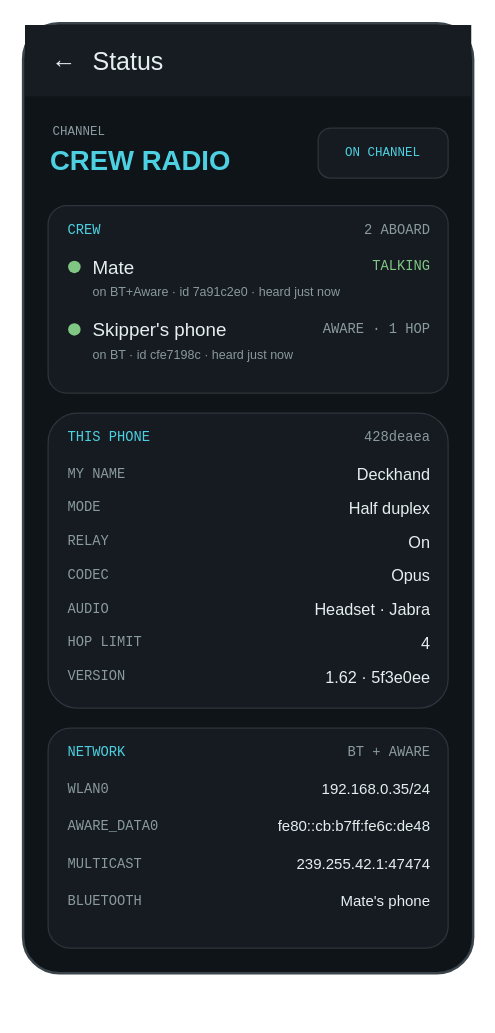
This is docs/diagrams/screen-status.drawio from KEGustafsson/android-push-to-talk, a draw.io file, before an edit. Source tidied: cells renumbered, new cells numbered last; positions are measured from the earlier drawing's top-left corner, leaving out a move shared by most shapes. Both pictures are drawn from the tidied source at 125%, with x=0, y=0 at pixel (22, 22).
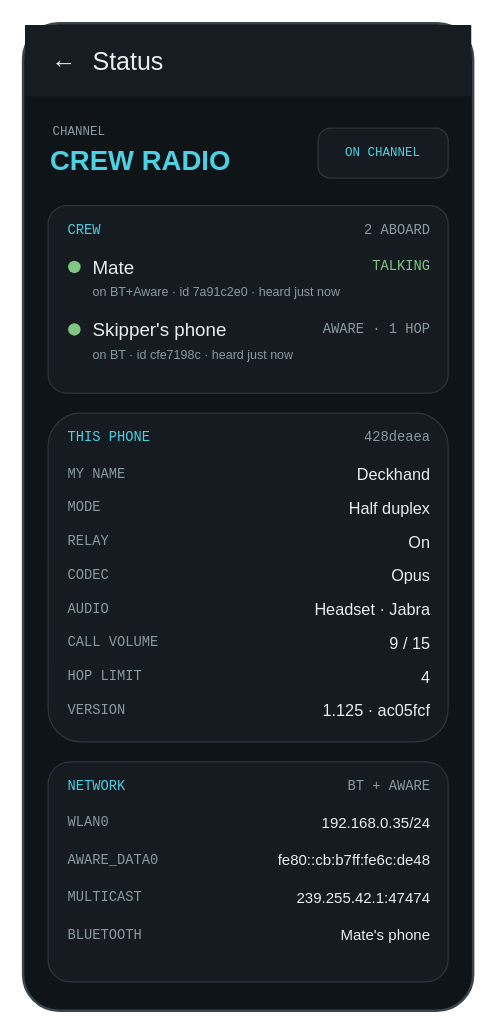
Above is the later version.

Commit message (it also covers changes not shown here):
Docs: the volume row in the headset and Status sections, the Status mock-up gains CALL VOLUME

The edit, as a diff of the source:
```diff
@@
     <mxCell id="2" style="rounded=1;arcSize=8;whiteSpace=wrap;html=1;fillColor=#0F1418;strokeColor=#3A444A;strokeWidth=2;" parent="1" vertex="1">
-      <mxGeometry width="360" height="760" as="geometry" />
+      <mxGeometry width="360" height="790" as="geometry" />
     </mxCell>
@@
     <mxCell id="20" style="rounded=1;arcSize=10;whiteSpace=wrap;html=1;fillColor=#151B20;strokeColor=#2C363C;strokeWidth=1;fontSize=12;fontColor=#E6EEF0;fontFamily=Courier New;" parent="1" vertex="1">
-      <mxGeometry x="20" y="312" width="320" height="236" as="geometry" />
+      <mxGeometry x="20" y="312" width="320" height="263" as="geometry" />
     </mxCell>
@@
-    <mxCell id="33" value="HOP LIMIT" style="text;html=1;whiteSpace=wrap;align=left;verticalAlign=middle;fontSize=11;fontColor=#8A9AA0;fontFamily=Courier New;spacing=0;" parent="1" vertex="1">
+    <mxCell id="33" value="CALL VOLUME" style="text;html=1;whiteSpace=wrap;align=left;verticalAlign=middle;fontSize=11;fontColor=#8A9AA0;fontFamily=Courier New;spacing=0;" parent="1" vertex="1">
       <mxGeometry x="36" y="485" width="120" height="22" as="geometry" />
     </mxCell>
-    <mxCell id="34" value="4" style="text;html=1;whiteSpace=wrap;align=right;verticalAlign=middle;fontSize=13;fontColor=#E6EEF0;fontFamily=Helvetica;spacing=0;" parent="1" vertex="1">
+    <mxCell id="34" value="9 / 15" style="text;html=1;whiteSpace=wrap;align=right;verticalAlign=middle;fontSize=13;fontColor=#E6EEF0;fontFamily=Helvetica;spacing=0;" parent="1" vertex="1">
       <mxGeometry x="150" y="485" width="176" height="22" as="geometry" />
     </mxCell>
-    <mxCell id="35" value="VERSION" style="text;html=1;whiteSpace=wrap;align=left;verticalAlign=middle;fontSize=11;fontColor=#8A9AA0;fontFamily=Courier New;spacing=0;" parent="1" vertex="1">
+    <mxCell id="35" value="HOP LIMIT" style="text;html=1;whiteSpace=wrap;align=left;verticalAlign=middle;fontSize=11;fontColor=#8A9AA0;fontFamily=Courier New;spacing=0;" parent="1" vertex="1">
       <mxGeometry x="36" y="512" width="120" height="22" as="geometry" />
     </mxCell>
-    <mxCell id="36" value="1.62 · 5f3e0ee" style="text;html=1;whiteSpace=wrap;align=right;verticalAlign=middle;fontSize=13;fontColor=#E6EEF0;fontFamily=Helvetica;spacing=0;" parent="1" vertex="1">
+    <mxCell id="36" value="4" style="text;html=1;whiteSpace=wrap;align=right;verticalAlign=middle;fontSize=13;fontColor=#E6EEF0;fontFamily=Helvetica;spacing=0;" parent="1" vertex="1">
       <mxGeometry x="150" y="512" width="176" height="22" as="geometry" />
     </mxCell>
+    <mxCell id="48" value="VERSION" style="text;html=1;whiteSpace=wrap;align=left;verticalAlign=middle;fontSize=11;fontColor=#8A9AA0;fontFamily=Courier New;spacing=0;" parent="1" vertex="1">
+      <mxGeometry x="36" y="539" width="120" height="22" as="geometry" />
+    </mxCell>
+    <mxCell id="49" value="1.125 · ac05fcf" style="text;html=1;whiteSpace=wrap;align=right;verticalAlign=middle;fontSize=13;fontColor=#E6EEF0;fontFamily=Helvetica;spacing=0;" parent="1" vertex="1">
+      <mxGeometry x="150" y="539" width="176" height="22" as="geometry" />
+    </mxCell>
     <mxCell id="37" style="rounded=1;arcSize=10;whiteSpace=wrap;html=1;fillColor=#151B20;strokeColor=#2C363C;strokeWidth=1;fontSize=12;fontColor=#E6EEF0;fontFamily=Courier New;" parent="1" vertex="1">
-      <mxGeometry x="20" y="564" width="320" height="176" as="geometry" />
+      <mxGeometry x="20" y="591" width="320" height="176" as="geometry" />
     </mxCell>
     <mxCell id="38" value="NETWORK" style="text;html=1;whiteSpace=wrap;align=left;verticalAlign=middle;fontSize=11;fontColor=#4DD0E1;fontFamily=Courier New;spacing=0;" parent="1" vertex="1">
-      <mxGeometry x="36" y="574" width="140" height="20" as="geometry" />
+      <mxGeometry x="36" y="601" width="140" height="20" as="geometry" />
     </mxCell>
     <mxCell id="39" value="BT + AWARE" style="text;html=1;whiteSpace=wrap;align=right;verticalAlign=middle;fontSize=11;fontColor=#8A9AA0;fontFamily=Courier New;spacing=0;" parent="1" vertex="1">
-      <mxGeometry x="200" y="574" width="126" height="20" as="geometry" />
+      <mxGeometry x="200" y="601" width="126" height="20" as="geometry" />
     </mxCell>
     <mxCell id="40" value="WLAN0" style="text;html=1;whiteSpace=wrap;align=left;verticalAlign=middle;fontSize=11;fontColor=#8A9AA0;fontFamily=Courier New;spacing=0;" parent="1" vertex="1">
-      <mxGeometry x="36" y="602" width="120" height="22" as="geometry" />
+      <mxGeometry x="36" y="629" width="120" height="22" as="geometry" />
     </mxCell>
     <mxCell id="41" value="192.168.0.35/24" style="text;html=1;whiteSpace=wrap;align=right;verticalAlign=middle;fontSize=12;fontColor=#E6EEF0;fontFamily=Helvetica;spacing=0;" parent="1" vertex="1">
-      <mxGeometry x="130" y="602" width="196" height="22" as="geometry" />
+      <mxGeometry x="130" y="629" width="196" height="22" as="geometry" />
     </mxCell>
     <mxCell id="42" value="AWARE_DATA0" style="text;html=1;whiteSpace=wrap;align=left;verticalAlign=middle;fontSize=11;fontColor=#8A9AA0;fontFamily=Courier New;spacing=0;" parent="1" vertex="1">
-      <mxGeometry x="36" y="632" width="120" height="22" as="geometry" />
+      <mxGeometry x="36" y="659" width="120" height="22" as="geometry" />
     </mxCell>
     <mxCell id="43" value="fe80::cb:b7ff:fe6c:de48" style="text;html=1;whiteSpace=wrap;align=right;verticalAlign=middle;fontSize=12;fontColor=#E6EEF0;fontFamily=Helvetica;spacing=0;" parent="1" vertex="1">
-      <mxGeometry x="130" y="632" width="196" height="22" as="geometry" />
+      <mxGeometry x="130" y="659" width="196" height="22" as="geometry" />
     </mxCell>
     <mxCell id="44" value="MULTICAST" style="text;html=1;whiteSpace=wrap;align=left;verticalAlign=middle;fontSize=11;fontColor=#8A9AA0;fontFamily=Courier New;spacing=0;" parent="1" vertex="1">
-      <mxGeometry x="36" y="662" width="120" height="22" as="geometry" />
+      <mxGeometry x="36" y="689" width="120" height="22" as="geometry" />
     </mxCell>
     <mxCell id="45" value="239.255.42.1:47474" style="text;html=1;whiteSpace=wrap;align=right;verticalAlign=middle;fontSize=12;fontColor=#E6EEF0;fontFamily=Helvetica;spacing=0;" parent="1" vertex="1">
-      <mxGeometry x="130" y="662" width="196" height="22" as="geometry" />
+      <mxGeometry x="130" y="689" width="196" height="22" as="geometry" />
     </mxCell>
     <mxCell id="46" value="BLUETOOTH" style="text;html=1;whiteSpace=wrap;align=left;verticalAlign=middle;fontSize=11;fontColor=#8A9AA0;fontFamily=Courier New;spacing=0;" parent="1" vertex="1">
-      <mxGeometry x="36" y="692" width="120" height="22" as="geometry" />
+      <mxGeometry x="36" y="719" width="120" height="22" as="geometry" />
     </mxCell>
     <mxCell id="47" value="Mate's phone" style="text;html=1;whiteSpace=wrap;align=right;verticalAlign=middle;fontSize=12;fontColor=#E6EEF0;fontFamily=Helvetica;spacing=0;" parent="1" vertex="1">
-      <mxGeometry x="130" y="692" width="196" height="22" as="geometry" />
+      <mxGeometry x="130" y="719" width="196" height="22" as="geometry" />
     </mxCell>
```
